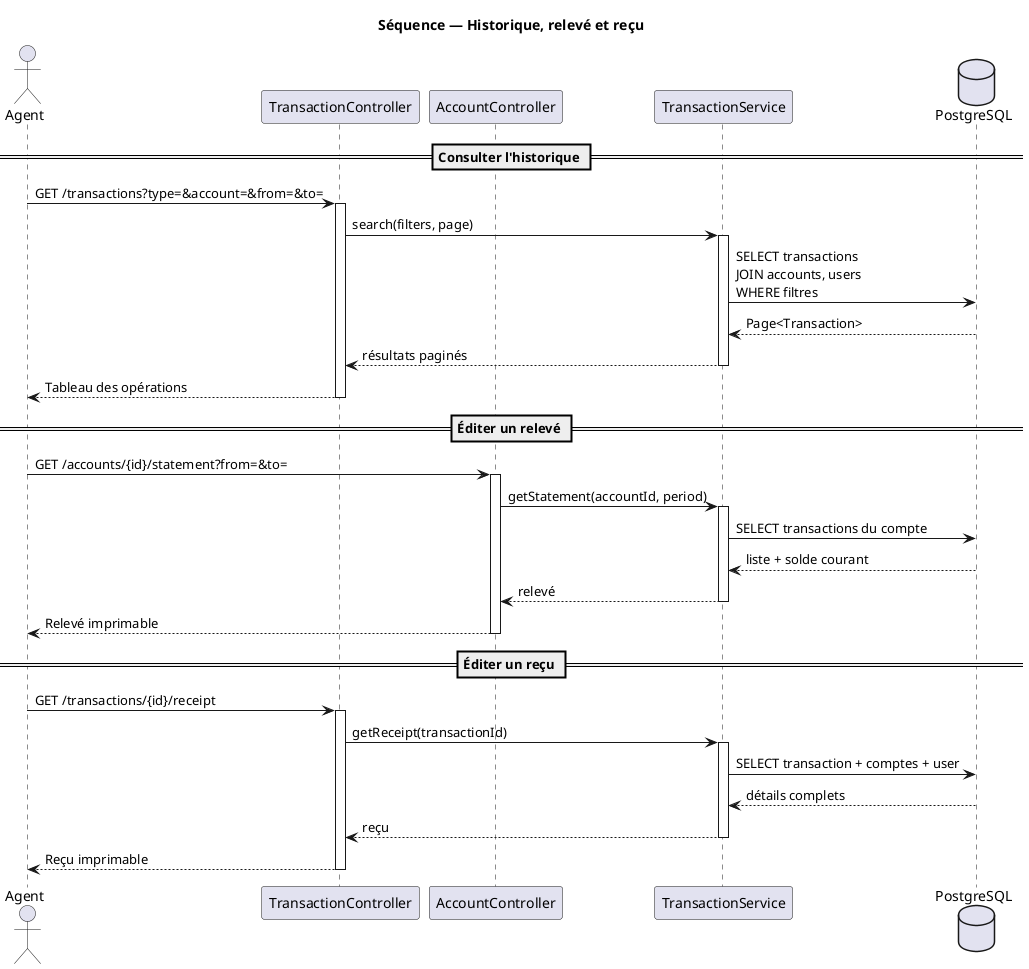
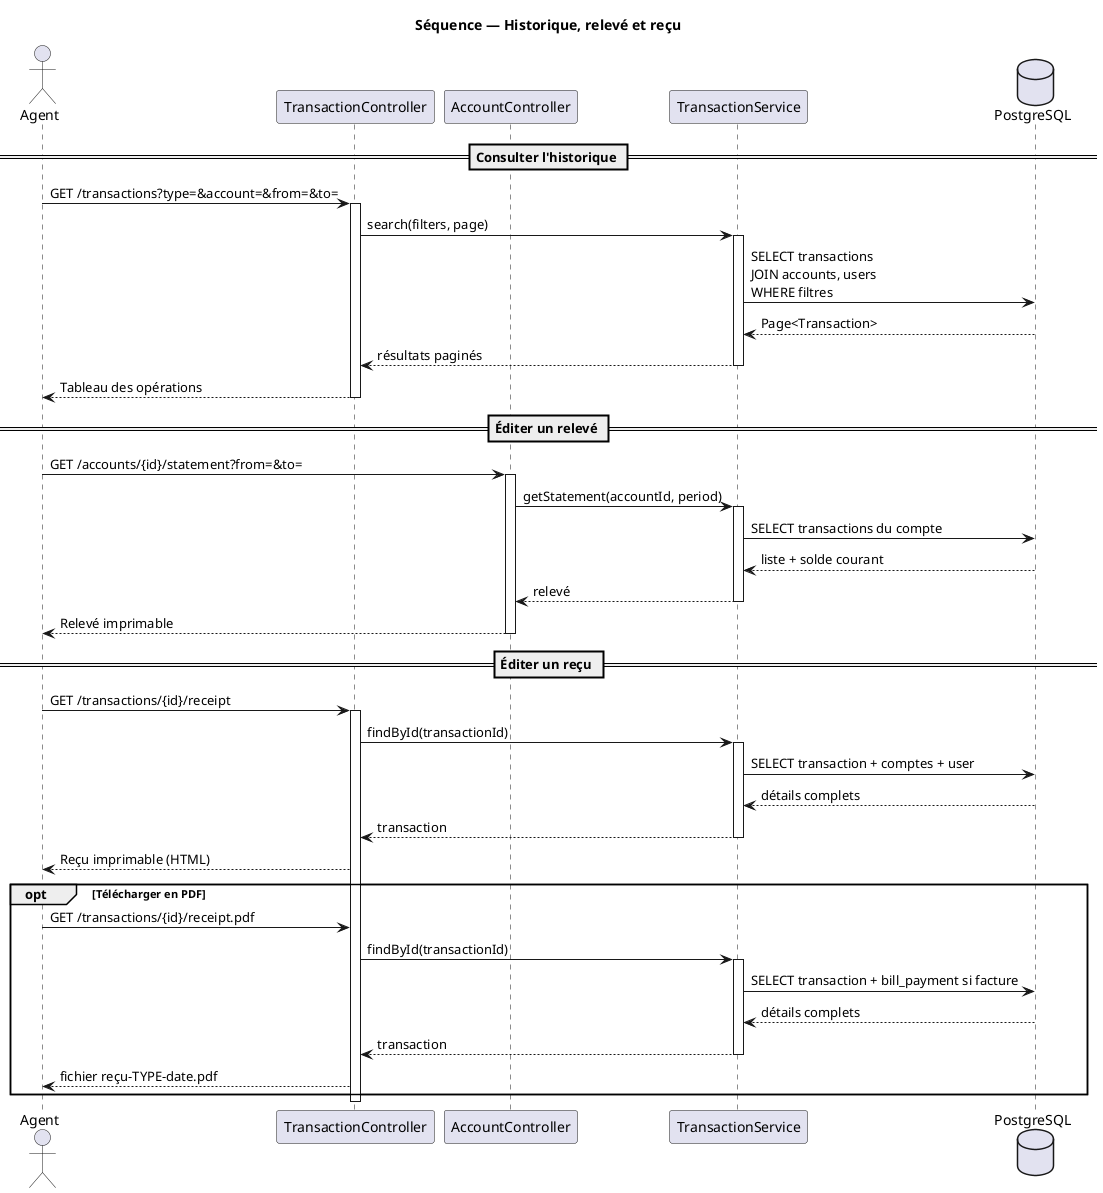
@startuml 04-consultation-historique
skinparam shadowing false
skinparam responseMessageBelowArrow true

title Séquence — Historique, relevé et reçu

actor Agent
participant "TransactionController" as TC
participant "AccountController" as AC
participant "TransactionService" as TS
database "PostgreSQL" as DB

== Consulter l'historique ==

Agent -> TC : GET /transactions?type=&account=&from=&to=
activate TC
TC -> TS : search(filters, page)
activate TS
TS -> DB : SELECT transactions\nJOIN accounts, users\nWHERE filtres
DB --> TS : Page<Transaction>
TS --> TC : résultats paginés
deactivate TS
TC --> Agent : Tableau des opérations
deactivate TC

== Éditer un relevé ==

Agent -> AC : GET /accounts/{id}/statement?from=&to=
activate AC
AC -> TS : getStatement(accountId, period)
activate TS
TS -> DB : SELECT transactions du compte
DB --> TS : liste + solde courant
TS --> AC : relevé
deactivate TS
AC --> Agent : Relevé imprimable
deactivate AC

== Éditer un reçu ==

Agent -> TC : GET /transactions/{id}/receipt
activate TC
- TC -> TS : getReceipt(transactionId)
+ TC -> TS : findById(transactionId)
activate TS
TS -> DB : SELECT transaction + comptes + user
DB --> TS : détails complets
- TS --> TC : reçu
+ TS --> TC : transaction
deactivate TS
- TC --> Agent : Reçu imprimable
+ TC --> Agent : Reçu imprimable (HTML)
+ 
+ opt Télécharger en PDF
+   Agent -> TC : GET /transactions/{id}/receipt.pdf
+   TC -> TS : findById(transactionId)
+   activate TS
+   TS -> DB : SELECT transaction + bill_payment si facture
+   DB --> TS : détails complets
+   TS --> TC : transaction
+   deactivate TS
+   TC --> Agent : fichier reçu-TYPE-date.pdf
+ end
deactivate TC

@enduml
